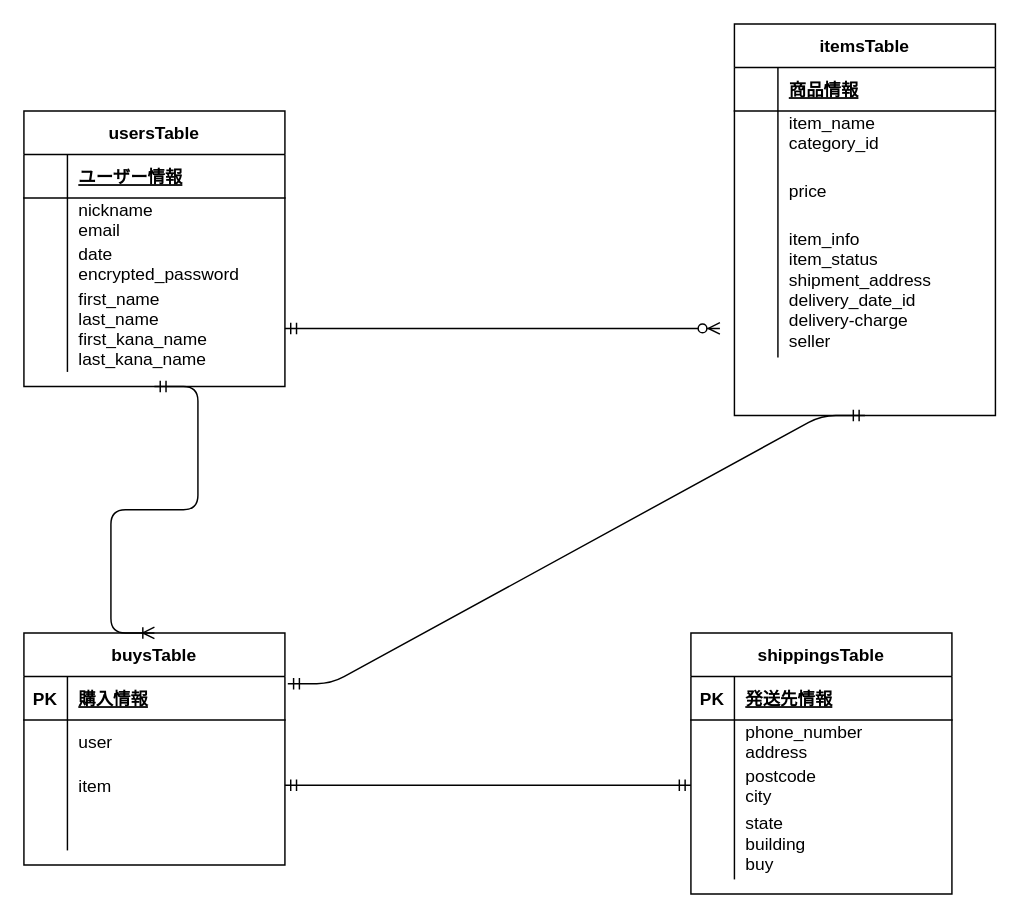
magitaka/furima-37667 keeps this draw.io diagram as test.dio. Above is the earlier version. Source tidied: cells renumbered, new cells numbered last; positions are measured from the earlier drawing's top-left corner, leaving out a move shared by most shapes. Both pictures are drawn from the tidied source at 145%, with x=0, y=0 at pixel (23, 23).
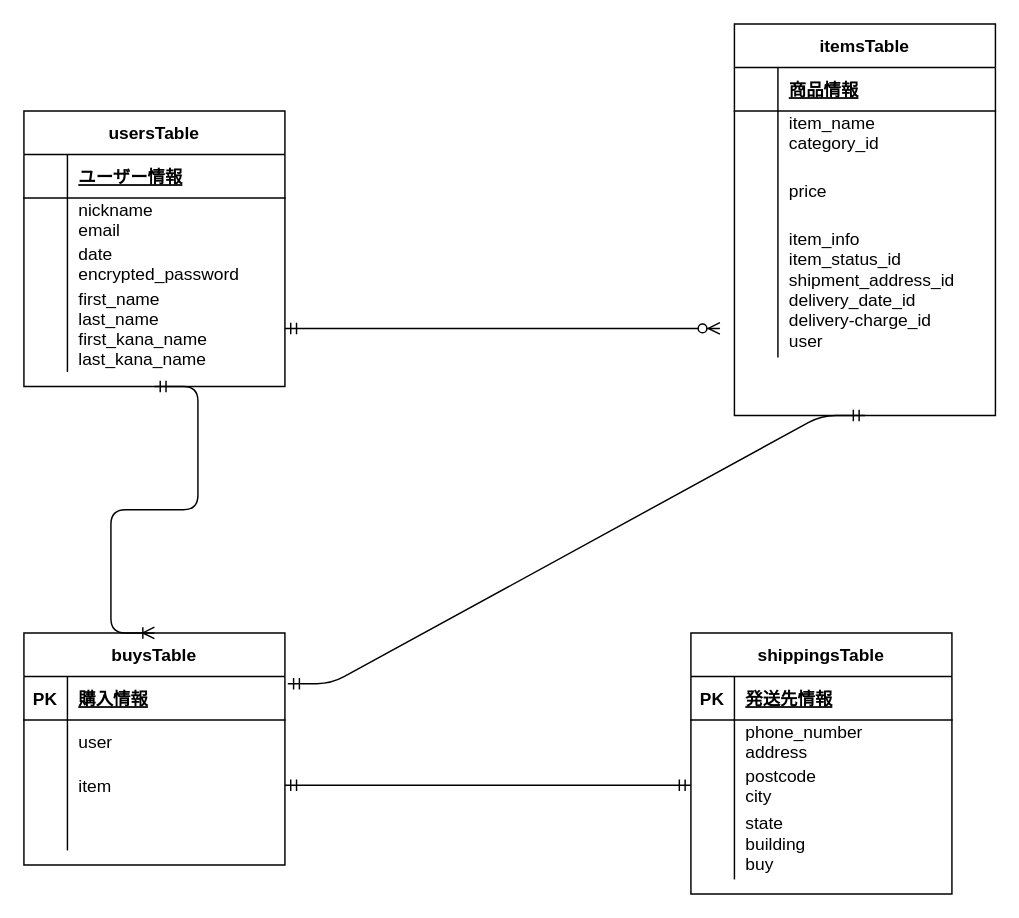
After the change.

Commit message (it also covers changes not shown here):
細かな修正

Unchanged cells that the change refers to:
```xml
<mxCell id="12" style="shape=partialRectangle;fillColor=none;top=0;left=0;bottom=0;right=0;" parent="2" vertex="1">
  <mxGeometry y="140" width="180" height="90" as="geometry" />
</mxCell>
```

Change to the diagram source:
```diff
@@
-    <mxCell id="14" value="item_info&#10;item_status&#10;shipment_address&#10;delivery_date_id&#10;delivery-charge&#10;seller&#10;" style="shape=partialRectangle;fillColor=none;top=0;left=0;bottom=0;right=0;align=left;spacingLeft=6;overflow=hidden;" parent="12" vertex="1">
+    <mxCell id="14" value="item_info&#10;item_status_id&#10;shipment_address_id&#10;delivery_date_id&#10;delivery-charge_id&#10;user&#10;" style="shape=partialRectangle;fillColor=none;top=0;left=0;bottom=0;right=0;align=left;spacingLeft=6;overflow=hidden;" parent="12" vertex="1">
       <mxGeometry x="30" width="150" height="90" as="geometry" />
     </mxCell>
```
